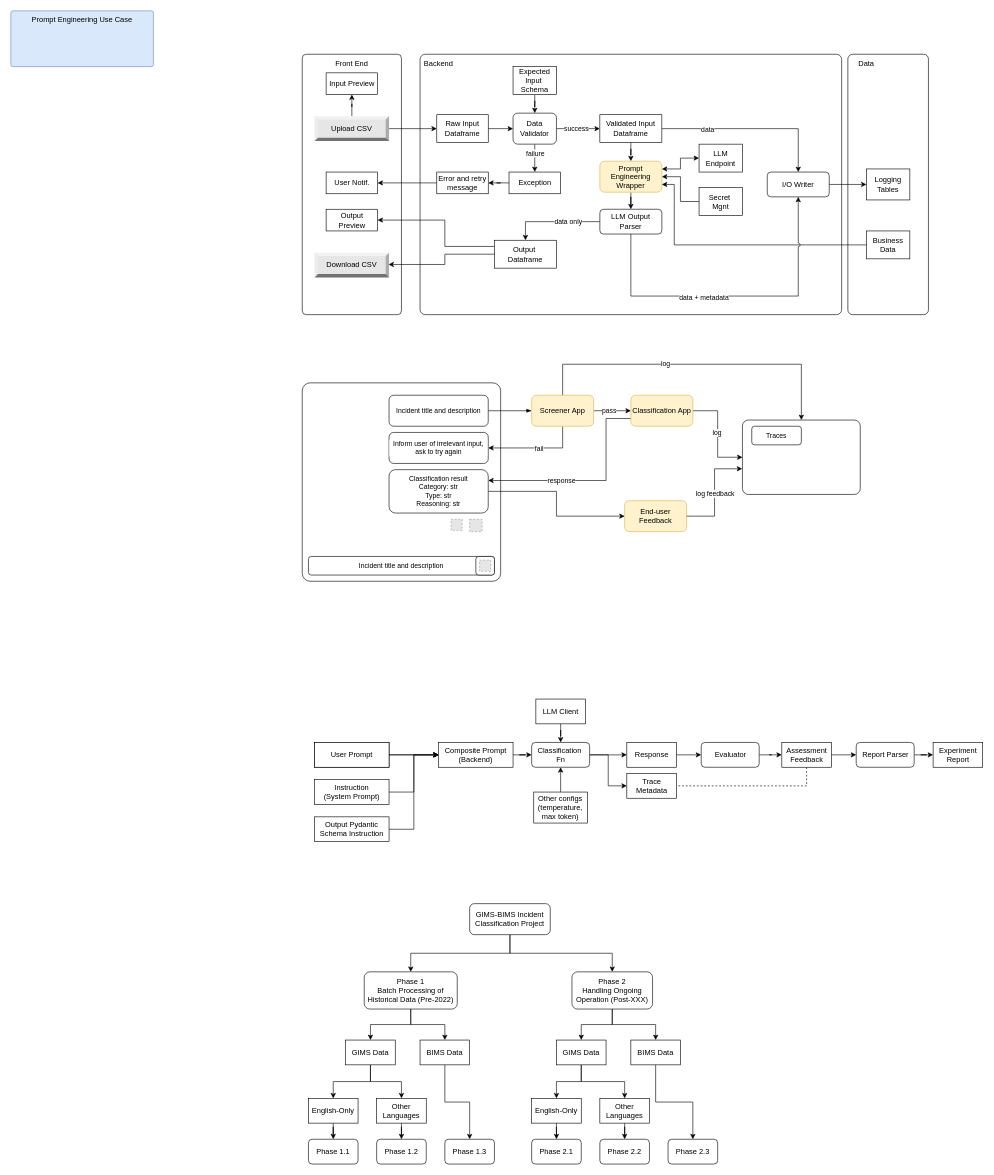
This is page "gims-classification" (1 of 2) of genai-classification.drawio from joshuavaple/draw-io, a draw.io file, before an edit. Source tidied: cells renumbered, new cells numbered last; positions are measured from the earlier drawing's top-left corner, leaving out a move shared by most shapes. Both pictures are drawn from the tidied source at 62%, with x=0, y=0 at pixel (11, 11). Pictures stored in the file or linked from it are replaced by grey dashed boxes.
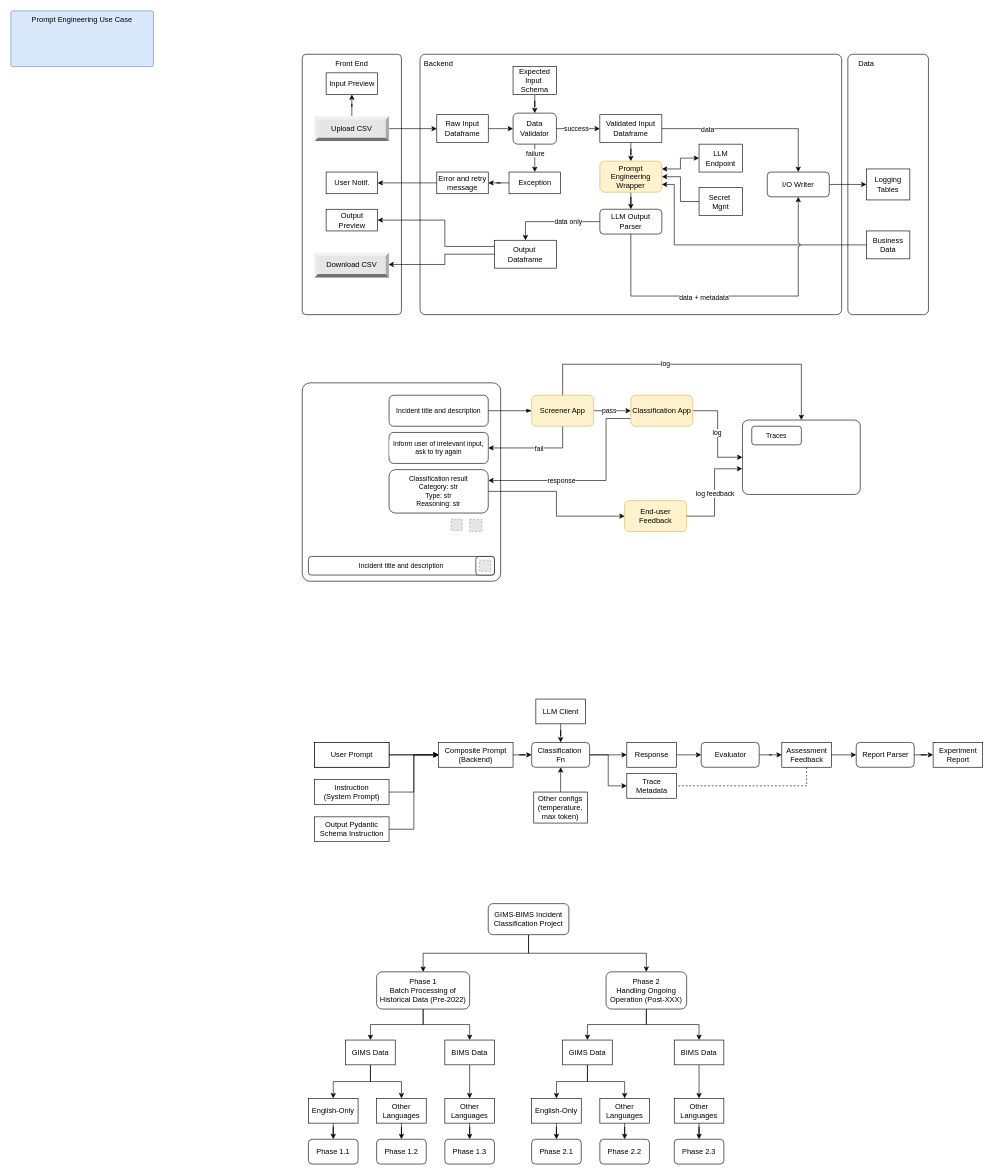
The same page after the edit.

Commit message:
classifed BIMS as "Other Languages" in project phases

The change refers to these unchanged cells:
```xml
<mxCell id="123" value="Phase 1.3" style="rounded=1;whiteSpace=wrap;html=1;" parent="1" vertex="1">
  <mxGeometry x="700" y="1820" width="80" height="40" as="geometry" />
</mxCell>
```

Change to the diagram source:
```diff
@@
-    <mxCell id="121" style="edgeStyle=orthogonalEdgeStyle;rounded=0;jettySize=auto;html=1;" parent="1" edge="1" source="122" target="123">
+    <mxCell id="121" style="edgeStyle=orthogonalEdgeStyle;rounded=0;jettySize=auto;html=1;" parent="1" edge="1" source="122" target="142">
       <mxGeometry relative="1" as="geometry" />
     </mxCell>
     <mxCell id="122" value="BIMS Data" style="rounded=0;whiteSpace=wrap;html=1;" parent="1" vertex="1">
-      <mxGeometry x="660" y="1660" width="80" height="40" as="geometry" />
+      <mxGeometry x="700" y="1660" width="80" height="40" as="geometry" />
     </mxCell>
@@
     <mxCell id="126" value="GIMS Data" style="rounded=0;whiteSpace=wrap;html=1;" parent="1" vertex="1">
-      <mxGeometry x="880" y="1660" width="80" height="40" as="geometry" />
+      <mxGeometry x="890" y="1660" width="80" height="40" as="geometry" />
     </mxCell>
-    <mxCell id="127" style="edgeStyle=orthogonalEdgeStyle;rounded=0;jettySize=auto;html=1;" parent="1" edge="1" source="128" target="135">
+    <mxCell id="127" style="edgeStyle=orthogonalEdgeStyle;rounded=0;jettySize=auto;html=1;" parent="1" edge="1" source="128" target="144">
       <mxGeometry relative="1" as="geometry" />
     </mxCell>
     <mxCell id="128" value="BIMS Data" style="rounded=0;whiteSpace=wrap;html=1;" parent="1" vertex="1">
-      <mxGeometry x="1000" y="1660" width="80" height="40" as="geometry" />
+      <mxGeometry x="1070" y="1660" width="80" height="40" as="geometry" />
     </mxCell>
@@
     <mxCell id="135" value="Phase 2.3" style="rounded=1;whiteSpace=wrap;html=1;" parent="1" vertex="1">
-      <mxGeometry x="1060" y="1820" width="80" height="40" as="geometry" />
+      <mxGeometry x="1070" y="1820" width="80" height="40" as="geometry" />
     </mxCell>
@@
     <mxCell id="138" value="Phase 1&lt;div&gt;Batch Processing of Historical Data (&lt;span style=&quot;background-color: transparent; color: light-dark(rgb(0, 0, 0), rgb(255, 255, 255));&quot;&gt;Pre-2022)&lt;/span&gt;&lt;/div&gt;" style="rounded=1;whiteSpace=wrap;html=1;" parent="1" vertex="1">
-      <mxGeometry x="570" y="1550" width="150" height="60" as="geometry" />
+      <mxGeometry x="590" y="1550" width="150" height="60" as="geometry" />
     </mxCell>
     <mxCell id="139" value="Phase 2&lt;div&gt;Handling Ongoing Operation (Post-XXX)&lt;/div&gt;" style="rounded=1;whiteSpace=wrap;html=1;" parent="1" vertex="1">
-      <mxGeometry x="905" y="1550" width="130" height="60" as="geometry" />
+      <mxGeometry x="960" y="1550" width="130" height="60" as="geometry" />
     </mxCell>
     <mxCell id="140" value="GIMS-BIMS Incident Classification Project" style="rounded=1;whiteSpace=wrap;html=1;" parent="1" vertex="1">
-      <mxGeometry x="740" y="1440" width="130" height="50" as="geometry" />
+      <mxGeometry x="770" y="1440" width="130" height="50" as="geometry" />
     </mxCell>
+    <mxCell id="141" style="edgeStyle=orthogonalEdgeStyle;rounded=0;jettySize=auto;html=1;entryX=0.5;entryY=0;entryDx=0;entryDy=0;" parent="1" edge="1" source="142" target="123">
+      <mxGeometry relative="1" as="geometry" />
+    </mxCell>
+    <mxCell id="142" value="Other Languages" style="rounded=0;whiteSpace=wrap;html=1;" parent="1" vertex="1">
+      <mxGeometry x="700" y="1754" width="80" height="40" as="geometry" />
+    </mxCell>
+    <mxCell id="143" style="edgeStyle=orthogonalEdgeStyle;rounded=0;jettySize=auto;html=1;entryX=0.5;entryY=0;entryDx=0;entryDy=0;" parent="1" edge="1" source="144" target="135">
+      <mxGeometry relative="1" as="geometry" />
+    </mxCell>
+    <mxCell id="144" value="Other Languages" style="rounded=0;whiteSpace=wrap;html=1;" parent="1" vertex="1">
+      <mxGeometry x="1070" y="1754" width="80" height="40" as="geometry" />
+    </mxCell>
```
